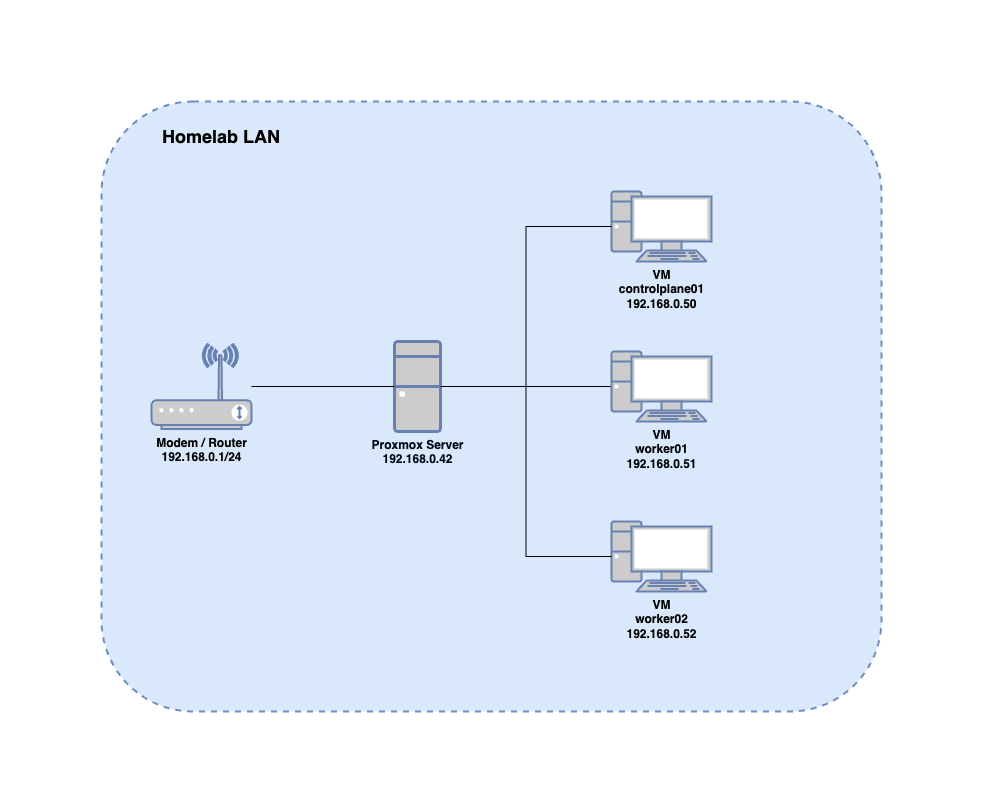
Earlier version of the draw.io export doc/network.png (michaelbui99/homelab). Source tidied: cells renumbered, new cells last; positions are measured from the earlier drawing's top-left corner, leaving out a move shared by most shapes.
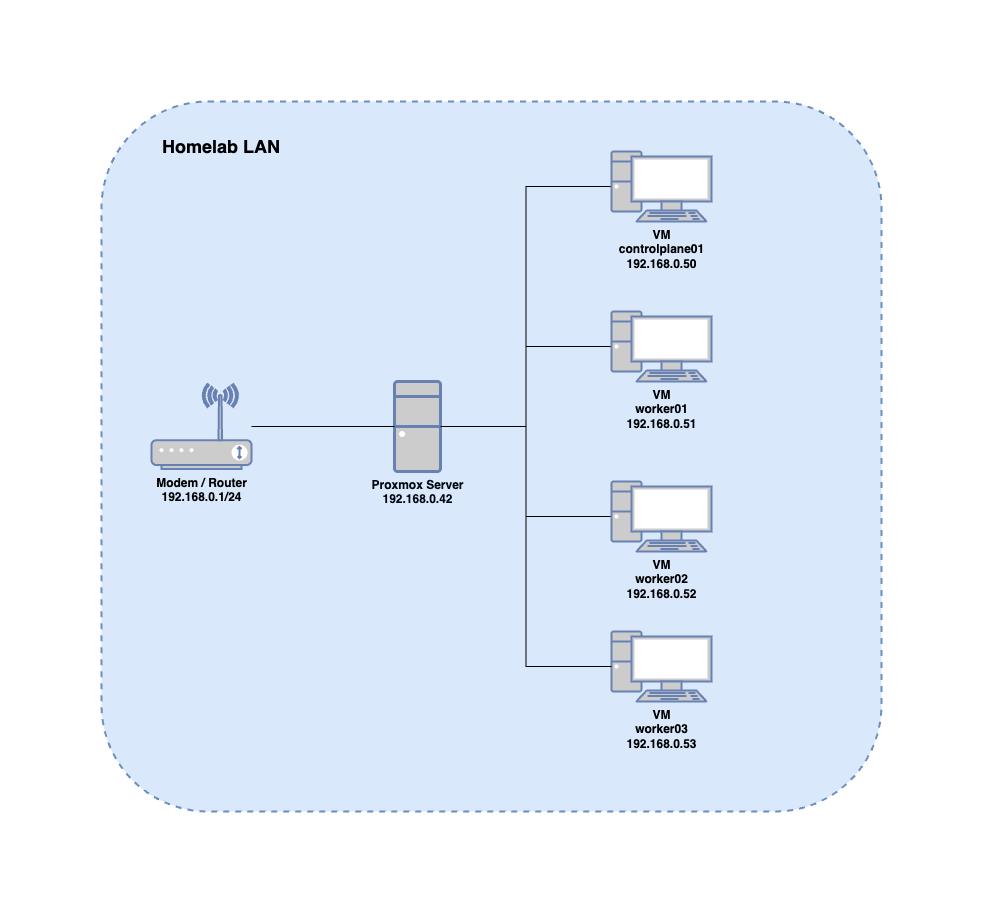
Above is the later version.

Commit message:
add new worker node to diagram

The edit, as a diff of the source:
```diff
@@ -3,7 +3,7 @@
     <mxCell id="0" />
     <mxCell id="1" parent="0" />
     <mxCell id="2" style="rounded=1;whiteSpace=wrap;html=1;fillColor=#dae8fc;dashed=1;strokeWidth=2;strokeColor=#6c8ebf;" parent="1" vertex="1">
-      <mxGeometry width="780" height="610" as="geometry" />
+      <mxGeometry y="-40" width="780" height="710" as="geometry" />
     </mxCell>
     <mxCell id="3" value="&lt;b&gt;&lt;font color=&quot;#030101&quot;&gt;Modem / Router&lt;br&gt;192.168.0.1/24&lt;/font&gt;&lt;/b&gt;" style="fontColor=#0066CC;verticalAlign=top;verticalLabelPosition=bottom;labelPosition=center;align=center;html=1;outlineConnect=0;fillColor=#CCCCCC;strokeColor=#6881B3;gradientColor=none;gradientDirection=north;strokeWidth=2;shape=mxgraph.networks.wireless_modem;" parent="1" vertex="1">
       <mxGeometry x="50" y="242.5" width="100" height="85" as="geometry" />
@@ -17,23 +17,32 @@
     <mxCell id="6" style="edgeStyle=orthogonalEdgeStyle;rounded=0;jettySize=auto;html=1;entryX=0;entryY=0.5;entryDx=0;entryDy=0;entryPerimeter=0;strokeWidth=1;endArrow=none;endFill=0;" parent="1" edge="1" source="3" target="5">
       <mxGeometry relative="1" as="geometry" />
     </mxCell>
+    <mxCell id="10" style="edgeStyle=orthogonalEdgeStyle;rounded=0;jettySize=auto;html=1;entryX=0;entryY=0.5;entryDx=0;entryDy=0;entryPerimeter=0;endArrow=none;endFill=0;" parent="1" edge="1" source="5" target="7">
+      <mxGeometry relative="1" as="geometry" />
+    </mxCell>
+    <mxCell id="11" style="edgeStyle=orthogonalEdgeStyle;rounded=0;jettySize=auto;html=1;entryX=0;entryY=0.5;entryDx=0;entryDy=0;entryPerimeter=0;endArrow=none;endFill=0;" parent="1" edge="1" source="5" target="9">
+      <mxGeometry relative="1" as="geometry" />
+    </mxCell>
+    <mxCell id="12" value="&lt;font face=&quot;Helvetica&quot; style=&quot;font-size: 18px;&quot;&gt;&lt;b&gt;Homelab LAN&lt;/b&gt;&lt;/font&gt;" style="text;html=1;strokeColor=none;fillColor=none;align=center;verticalAlign=middle;whiteSpace=wrap;rounded=0;" parent="1" vertex="1">
+      <mxGeometry x="50" y="-10" width="140" height="30" as="geometry" />
+    </mxCell>
+    <mxCell id="13" style="group;" parent="1" vertex="1">
+      <mxGeometry x="510" y="10" width="100" height="550" as="geometry" />
+    </mxCell>
-    <mxCell id="7" value="&lt;font color=&quot;#000000&quot;&gt;&lt;b&gt;VM&lt;br&gt;controlplane01&lt;br&gt;192.168.0.50&lt;/b&gt;&lt;/font&gt;" style="fontColor=#0066CC;verticalAlign=top;verticalLabelPosition=bottom;labelPosition=center;align=center;html=1;outlineConnect=0;fillColor=#CCCCCC;strokeColor=#6881B3;gradientColor=none;gradientDirection=north;strokeWidth=2;shape=mxgraph.networks.pc;" parent="1" vertex="1">
-      <mxGeometry x="510" y="90" width="100" height="70" as="geometry" />
+    <mxCell id="7" value="&lt;font color=&quot;#000000&quot;&gt;&lt;b&gt;VM&lt;br&gt;controlplane01&lt;br&gt;192.168.0.50&lt;/b&gt;&lt;/font&gt;" style="fontColor=#0066CC;verticalAlign=top;verticalLabelPosition=bottom;labelPosition=center;align=center;html=1;outlineConnect=0;fillColor=#CCCCCC;strokeColor=#6881B3;gradientColor=none;gradientDirection=north;strokeWidth=2;shape=mxgraph.networks.pc;" parent="13" vertex="1">
+      <mxGeometry width="100" height="70" as="geometry" />
     </mxCell>
-    <mxCell id="8" value="&lt;font color=&quot;#000305&quot;&gt;&lt;b&gt;VM&lt;br&gt;worker01&lt;br&gt;192.168.0.51&lt;/b&gt;&lt;/font&gt;" style="fontColor=#0066CC;verticalAlign=top;verticalLabelPosition=bottom;labelPosition=center;align=center;html=1;outlineConnect=0;fillColor=#CCCCCC;strokeColor=#6881B3;gradientColor=none;gradientDirection=north;strokeWidth=2;shape=mxgraph.networks.pc;" parent="1" vertex="1">
-      <mxGeometry x="510" y="250" width="100" height="70" as="geometry" />
+    <mxCell id="8" value="&lt;font color=&quot;#000305&quot;&gt;&lt;b&gt;VM&lt;br&gt;worker01&lt;br&gt;192.168.0.51&lt;/b&gt;&lt;/font&gt;" style="fontColor=#0066CC;verticalAlign=top;verticalLabelPosition=bottom;labelPosition=center;align=center;html=1;outlineConnect=0;fillColor=#CCCCCC;strokeColor=#6881B3;gradientColor=none;gradientDirection=north;strokeWidth=2;shape=mxgraph.networks.pc;" parent="13" vertex="1">
+      <mxGeometry y="160" width="100" height="70" as="geometry" />
     </mxCell>
-    <mxCell id="9" value="&lt;font color=&quot;#000000&quot;&gt;&lt;b&gt;VM&lt;br&gt;worker02&lt;br&gt;192.168.0.52&lt;/b&gt;&lt;/font&gt;" style="fontColor=#0066CC;verticalAlign=top;verticalLabelPosition=bottom;labelPosition=center;align=center;html=1;outlineConnect=0;fillColor=#CCCCCC;strokeColor=#6881B3;gradientColor=none;gradientDirection=north;strokeWidth=2;shape=mxgraph.networks.pc;" parent="1" vertex="1">
-      <mxGeometry x="510" y="420" width="100" height="70" as="geometry" />
+    <mxCell id="9" value="&lt;font color=&quot;#000000&quot;&gt;&lt;b&gt;VM&lt;br&gt;worker02&lt;br&gt;192.168.0.52&lt;/b&gt;&lt;/font&gt;" style="fontColor=#0066CC;verticalAlign=top;verticalLabelPosition=bottom;labelPosition=center;align=center;html=1;outlineConnect=0;fillColor=#CCCCCC;strokeColor=#6881B3;gradientColor=none;gradientDirection=north;strokeWidth=2;shape=mxgraph.networks.pc;" parent="13" vertex="1">
+      <mxGeometry y="330" width="100" height="70" as="geometry" />
     </mxCell>
-    <mxCell id="10" style="edgeStyle=orthogonalEdgeStyle;rounded=0;jettySize=auto;html=1;entryX=0;entryY=0.5;entryDx=0;entryDy=0;entryPerimeter=0;endArrow=none;endFill=0;" parent="1" edge="1" source="5" target="7">
-      <mxGeometry relative="1" as="geometry" />
-    </mxCell>
-    <mxCell id="11" style="edgeStyle=orthogonalEdgeStyle;rounded=0;jettySize=auto;html=1;entryX=0;entryY=0.5;entryDx=0;entryDy=0;entryPerimeter=0;endArrow=none;endFill=0;" parent="1" edge="1" source="5" target="9">
-      <mxGeometry relative="1" as="geometry" />
-    </mxCell>
-    <mxCell id="12" value="&lt;font face=&quot;Helvetica&quot; style=&quot;font-size: 18px;&quot;&gt;&lt;b&gt;Homelab LAN&lt;/b&gt;&lt;/font&gt;" style="text;html=1;strokeColor=none;fillColor=none;align=center;verticalAlign=middle;whiteSpace=wrap;rounded=0;" parent="1" vertex="1">
-      <mxGeometry x="50" y="20" width="140" height="30" as="geometry" />
-    </mxCell>
+    <mxCell id="14" value="&lt;font color=&quot;#000000&quot;&gt;&lt;b&gt;VM&lt;br&gt;worker03&lt;br&gt;192.168.0.53&lt;/b&gt;&lt;/font&gt;" style="fontColor=#0066CC;verticalAlign=top;verticalLabelPosition=bottom;labelPosition=center;align=center;html=1;outlineConnect=0;fillColor=#CCCCCC;strokeColor=#6881B3;gradientColor=none;gradientDirection=north;strokeWidth=2;shape=mxgraph.networks.pc;" parent="13" vertex="1">
+      <mxGeometry y="480" width="100" height="70" as="geometry" />
+    </mxCell>
+    <mxCell id="15" style="edgeStyle=orthogonalEdgeStyle;rounded=0;jettySize=auto;html=1;entryX=1;entryY=0.5;entryDx=0;entryDy=0;entryPerimeter=0;endArrow=none;endFill=0;" parent="1" edge="1" source="14" target="5">
+      <mxGeometry relative="1" as="geometry" />
+    </mxCell>
   </root>
 </mxGraphModel>
```
